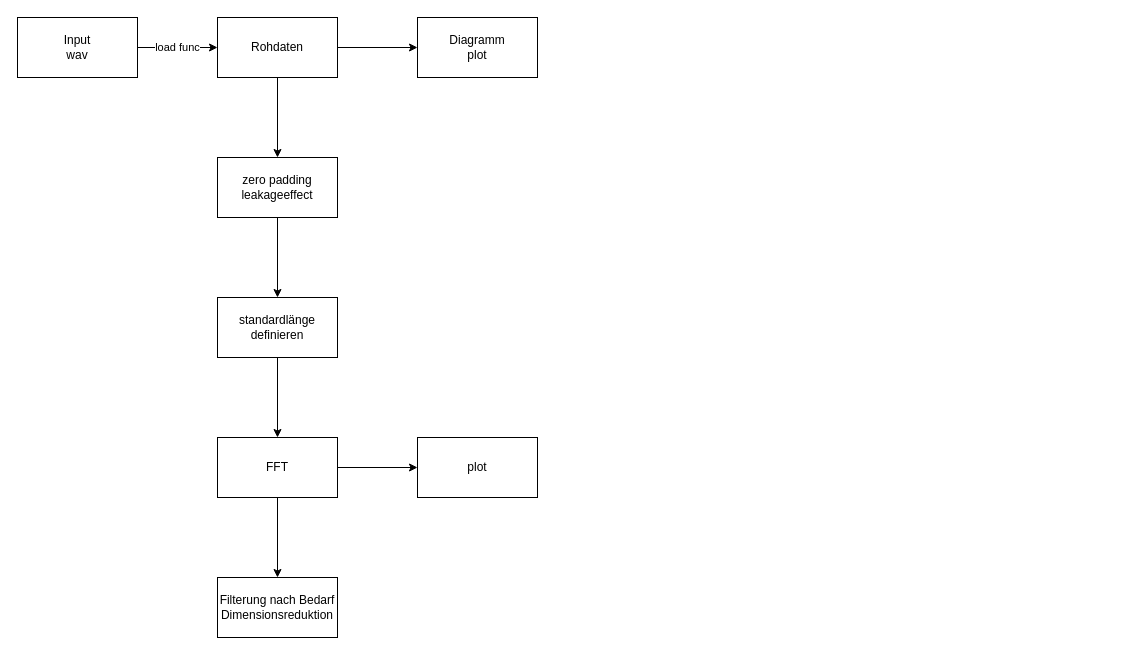
Earlier version of the draw.io diagram ProgrammAblauf.drawio (MightyMirko/ss22_dfss_clock). Source tidied: cells renumbered, new cells numbered last; positions are measured from the earlier drawing's top-left corner, leaving out a move shared by most shapes. Both pictures are drawn from the tidied source at 100%, with x=0, y=0 at pixel (17, 17).
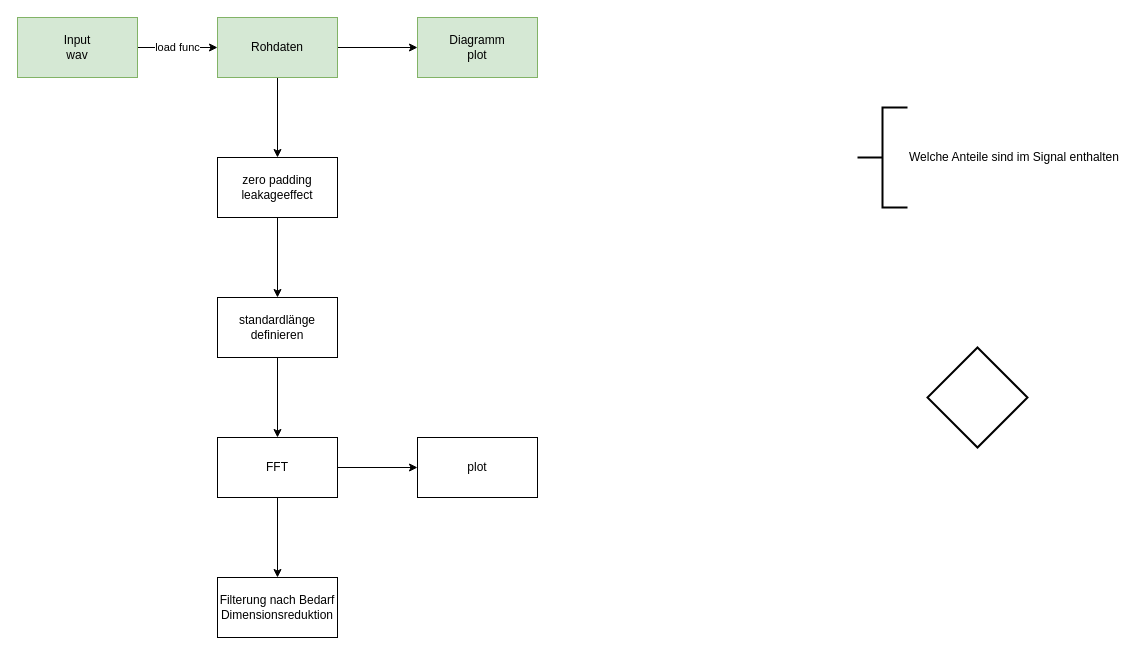
The same diagram, later.

Commit message (it also covers changes not shown here):
Paar Sachen mit der fft ausprobiert und geplottet. Noch nicht kapiert. Wir machen erstmal den Schnitt anhand der Infos im Zeitbereich: Energie des Signals und dessen Ableitungen

Change to the diagram source:
```diff
@@
 <mxGraphModel>
   <root>
     <mxCell id="0" />
     <mxCell id="1" parent="0" />
     <mxCell id="2" value="load func" style="edgeStyle=orthogonalEdgeStyle;rounded=0;jettySize=auto;html=1;" parent="1" edge="1" source="3" target="6">
       <mxGeometry relative="1" as="geometry" />
     </mxCell>
-    <mxCell id="3" value="Input &lt;br&gt;&lt;div&gt;wav&lt;br&gt;&lt;/div&gt;" style="rounded=0;whiteSpace=wrap;html=1;" parent="1" vertex="1">
+    <mxCell id="3" value="Input &lt;br&gt;&lt;div&gt;wav&lt;br&gt;&lt;/div&gt;" style="rounded=0;whiteSpace=wrap;html=1;fillColor=#d5e8d4;strokeColor=#82b366;" parent="1" vertex="1">
       <mxGeometry width="120" height="60" as="geometry" />
     </mxCell>
     <mxCell id="4" style="edgeStyle=orthogonalEdgeStyle;rounded=0;jettySize=auto;html=1;" parent="1" edge="1" source="6" target="7">
       <mxGeometry relative="1" as="geometry" />
     </mxCell>
     <mxCell id="5" style="edgeStyle=orthogonalEdgeStyle;rounded=0;jettySize=auto;html=1;" parent="1" edge="1" source="6" target="9">
       <mxGeometry relative="1" as="geometry" />
     </mxCell>
-    <mxCell id="6" value="Rohdaten" style="whiteSpace=wrap;html=1;rounded=0;" parent="1" vertex="1">
+    <mxCell id="6" value="Rohdaten" style="whiteSpace=wrap;html=1;rounded=0;fillColor=#d5e8d4;strokeColor=#82b366;" parent="1" vertex="1">
       <mxGeometry x="200" width="120" height="60" as="geometry" />
     </mxCell>
-    <mxCell id="7" value="&lt;div&gt;Diagramm&lt;/div&gt;&lt;div&gt;plot&lt;br&gt;&lt;/div&gt;" style="whiteSpace=wrap;html=1;rounded=0;" parent="1" vertex="1">
+    <mxCell id="7" value="&lt;div&gt;Diagramm&lt;/div&gt;&lt;div&gt;plot&lt;br&gt;&lt;/div&gt;" style="whiteSpace=wrap;html=1;rounded=0;fillColor=#d5e8d4;strokeColor=#82b366;" parent="1" vertex="1">
       <mxGeometry x="400" width="120" height="60" as="geometry" />
     </mxCell>
     <mxCell id="8" style="edgeStyle=orthogonalEdgeStyle;rounded=0;jettySize=auto;html=1;" parent="1" edge="1" source="9" target="11">
       <mxGeometry relative="1" as="geometry" />
     </mxCell>
     <mxCell id="9" value="&lt;div&gt;zero padding&lt;/div&gt;&lt;div&gt;leakageeffect&lt;/div&gt;" style="whiteSpace=wrap;html=1;rounded=0;" parent="1" vertex="1">
       <mxGeometry x="200" y="140" width="120" height="60" as="geometry" />
     </mxCell>
     <mxCell id="10" style="edgeStyle=orthogonalEdgeStyle;rounded=0;jettySize=auto;html=1;" parent="1" edge="1" source="11" target="14">
       <mxGeometry relative="1" as="geometry" />
     </mxCell>
     <mxCell id="11" value="standardlänge definieren" style="whiteSpace=wrap;html=1;rounded=0;" parent="1" vertex="1">
       <mxGeometry x="200" y="280" width="120" height="60" as="geometry" />
     </mxCell>
     <mxCell id="12" style="edgeStyle=orthogonalEdgeStyle;rounded=0;jettySize=auto;html=1;" parent="1" edge="1" source="14" target="15">
       <mxGeometry relative="1" as="geometry" />
     </mxCell>
     <mxCell id="13" style="edgeStyle=orthogonalEdgeStyle;rounded=0;jettySize=auto;html=1;" parent="1" edge="1" source="14" target="16">
       <mxGeometry relative="1" as="geometry" />
     </mxCell>
     <mxCell id="14" value="FFT" style="whiteSpace=wrap;html=1;rounded=0;" parent="1" vertex="1">
       <mxGeometry x="200" y="420" width="120" height="60" as="geometry" />
     </mxCell>
     <mxCell id="15" value="&lt;div&gt;Filterung nach Bedarf&lt;/div&gt;&lt;div&gt;Dimensionsreduktion&lt;br&gt;&lt;/div&gt;" style="whiteSpace=wrap;html=1;rounded=0;" parent="1" vertex="1">
       <mxGeometry x="200" y="560" width="120" height="60" as="geometry" />
     </mxCell>
     <mxCell id="16" value="plot" style="whiteSpace=wrap;html=1;rounded=0;" parent="1" vertex="1">
       <mxGeometry x="400" y="420" width="120" height="60" as="geometry" />
     </mxCell>
+    <mxCell id="17" style="strokeWidth=2;html=1;shape=mxgraph.flowchart.decision;whiteSpace=wrap;" parent="1" vertex="1">
+      <mxGeometry x="910" y="330" width="100" height="100" as="geometry" />
+    </mxCell>
+    <mxCell id="18" value="&lt;span style=&quot;text-align: center&quot;&gt;Welche Anteile sind im Signal enthalten&lt;/span&gt;" style="strokeWidth=2;html=1;shape=mxgraph.flowchart.annotation_2;align=left;labelPosition=right;" parent="1" vertex="1">
+      <mxGeometry x="840" y="90" width="50" height="100" as="geometry" />
+    </mxCell>
   </root>
 </mxGraphModel>
```
